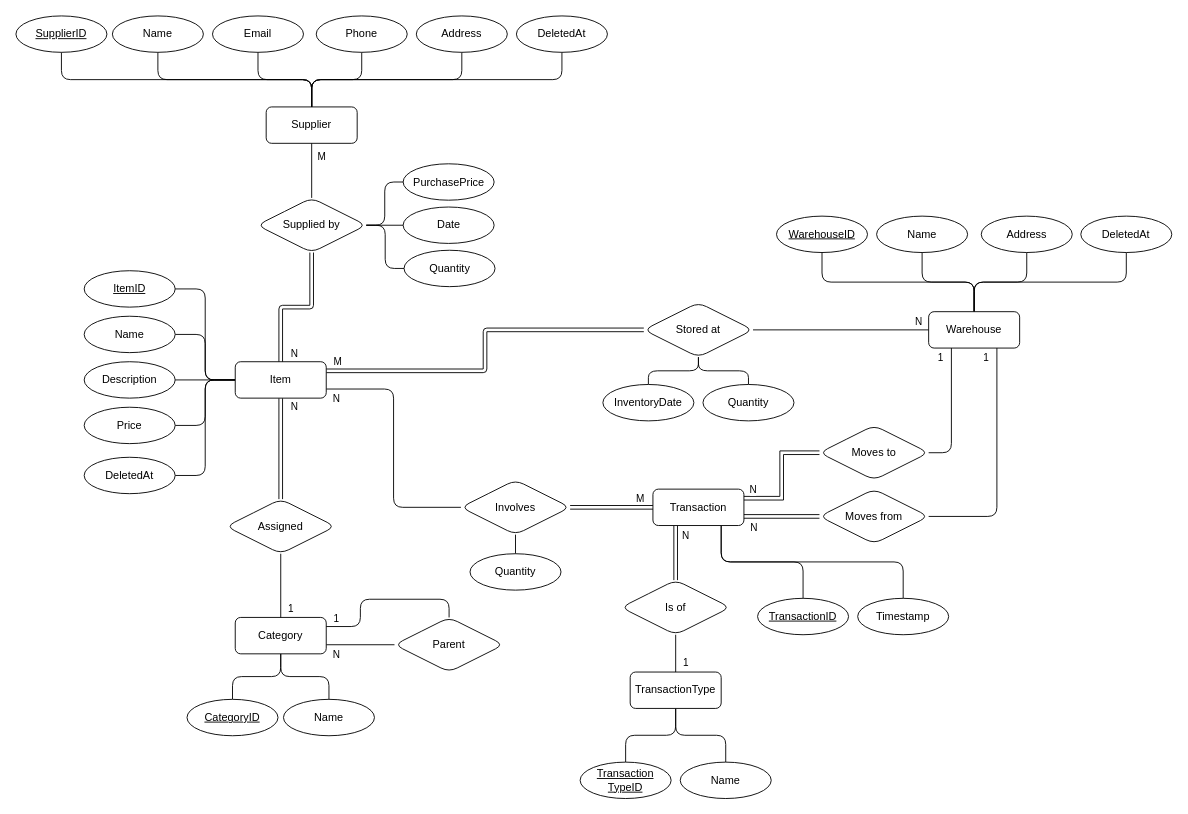
This is page "Entity Relationship" (1 of 2) of resources/diagrams.drawio from N30A/inventory-system, a draw.io file, before an edit. Source tidied: cells renumbered, new cells numbered last; positions are measured from the earlier drawing's top-left corner, leaving out a move shared by most shapes. Both pictures are drawn from the tidied source at 91%, with x=0, y=0 at pixel (15, 15).
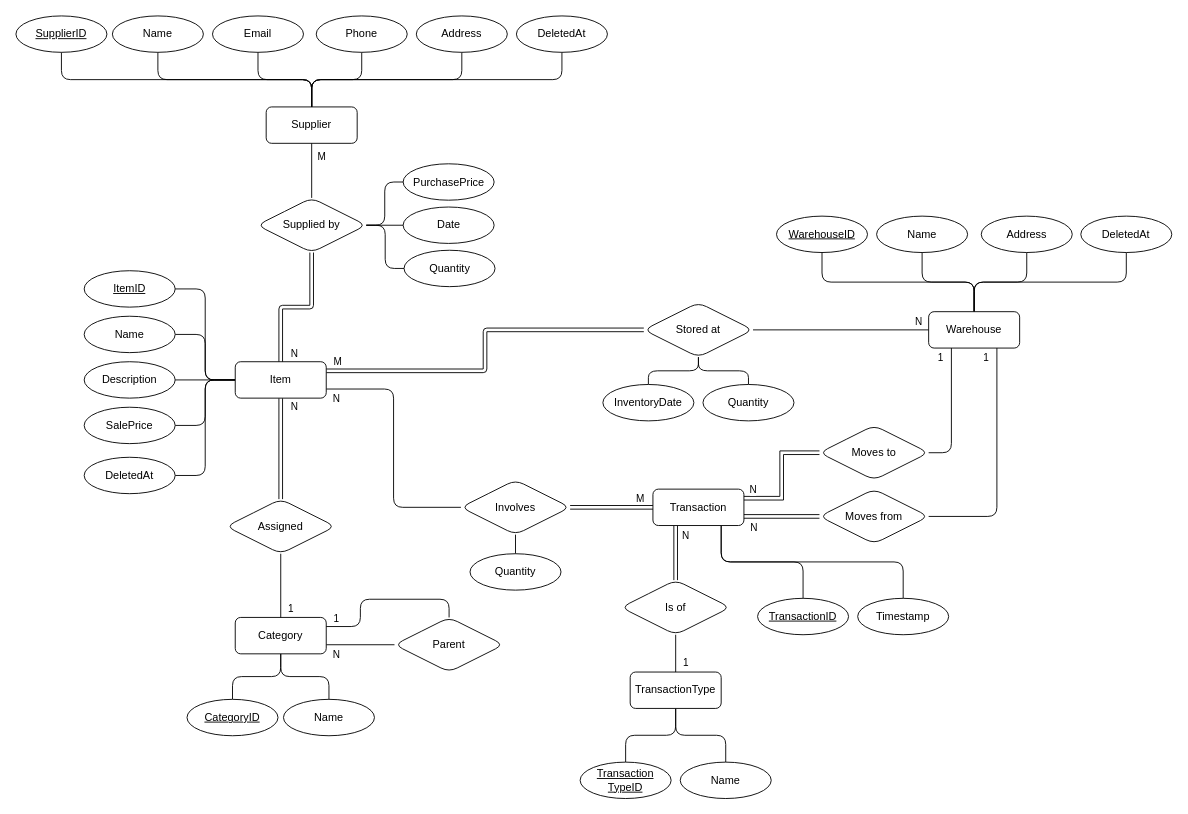
After the change.

Commit message:
changed attribute name

Diff of the diagram source:
```diff
@@
-    <mxCell id="18" value="Price" style="ellipse;whiteSpace=wrap;html=1;align=center;rounded=1;labelBackgroundColor=none;" parent="1" vertex="1">
+    <mxCell id="18" value="SalePrice" style="ellipse;whiteSpace=wrap;html=1;align=center;rounded=1;labelBackgroundColor=none;" parent="1" vertex="1">
       <mxGeometry x="75" y="430" width="100" height="40" as="geometry" />
     </mxCell>
```
